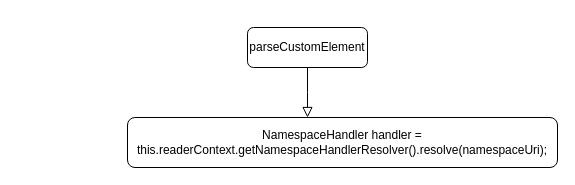
arxobject/spring_analysis keeps this draw.io diagram as diagrams/springframework1.drawio. Above is the earlier version. Source tidied: cells renumbered, new cells numbered last; positions are measured from the earlier drawing's top-left corner, leaving out a move shared by most shapes. Both pictures are drawn from the tidied source at 100%, with x=0, y=0 at pixel (127, 27).
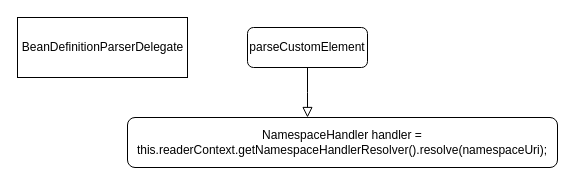
The same diagram, later.

What changed in the source:
```diff
@@
 <mxGraphModel>
   <root>
     <mxCell id="0" />
     <mxCell id="1" parent="0" />
     <mxCell id="2" style="rounded=0;html=1;jettySize=auto;fontSize=11;endArrow=block;endFill=0;endSize=8;strokeWidth=1;shadow=0;labelBackgroundColor=none;edgeStyle=orthogonalEdgeStyle;" parent="1" edge="1" source="3">
       <mxGeometry relative="1" as="geometry">
         <mxPoint x="180" y="90" as="targetPoint" />
       </mxGeometry>
     </mxCell>
     <mxCell id="3" value="parseCustomElement" style="rounded=1;whiteSpace=wrap;html=1;fontSize=12;glass=0;strokeWidth=1;shadow=0;" parent="1" vertex="1">
       <mxGeometry x="120" width="120" height="40" as="geometry" />
     </mxCell>
     <mxCell id="4" value="NamespaceHandler handler = this.readerContext.getNamespaceHandlerResolver().resolve(namespaceUri);" style="rounded=1;whiteSpace=wrap;html=1;fontSize=12;glass=0;strokeWidth=1;shadow=0;" parent="1" vertex="1">
       <mxGeometry y="90" width="430" height="50" as="geometry" />
     </mxCell>
+    <mxCell id="5" value="BeanDefinitionParserDelegate" style="html=1;" parent="1" vertex="1">
+      <mxGeometry x="-110" y="-10" width="170" height="60" as="geometry" />
+    </mxCell>
   </root>
 </mxGraphModel>
```
